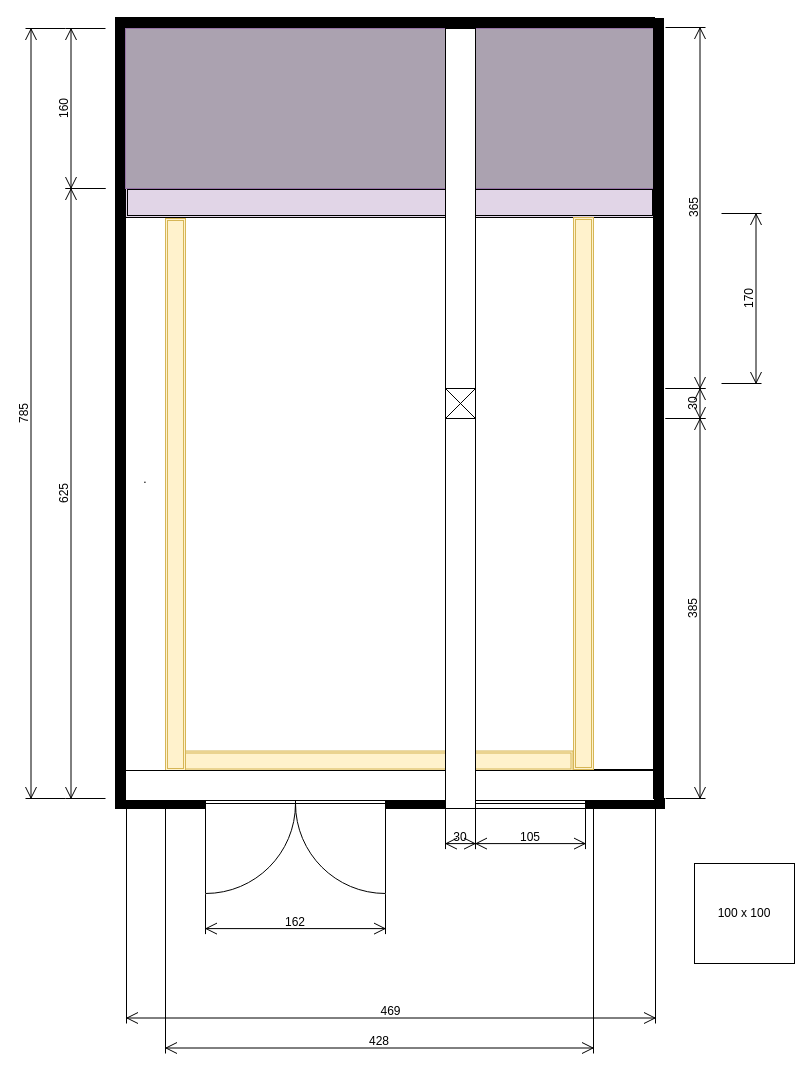
Earlier version of the draw.io diagram atelier.drawio (fckff/drawio). Source tidied: cells renumbered, new cells numbered last; positions are measured from the earlier drawing's top-left corner, leaving out a move shared by most shapes. Both pictures are drawn from the tidied source at 100%, with x=0, y=0 at pixel (25, 17).
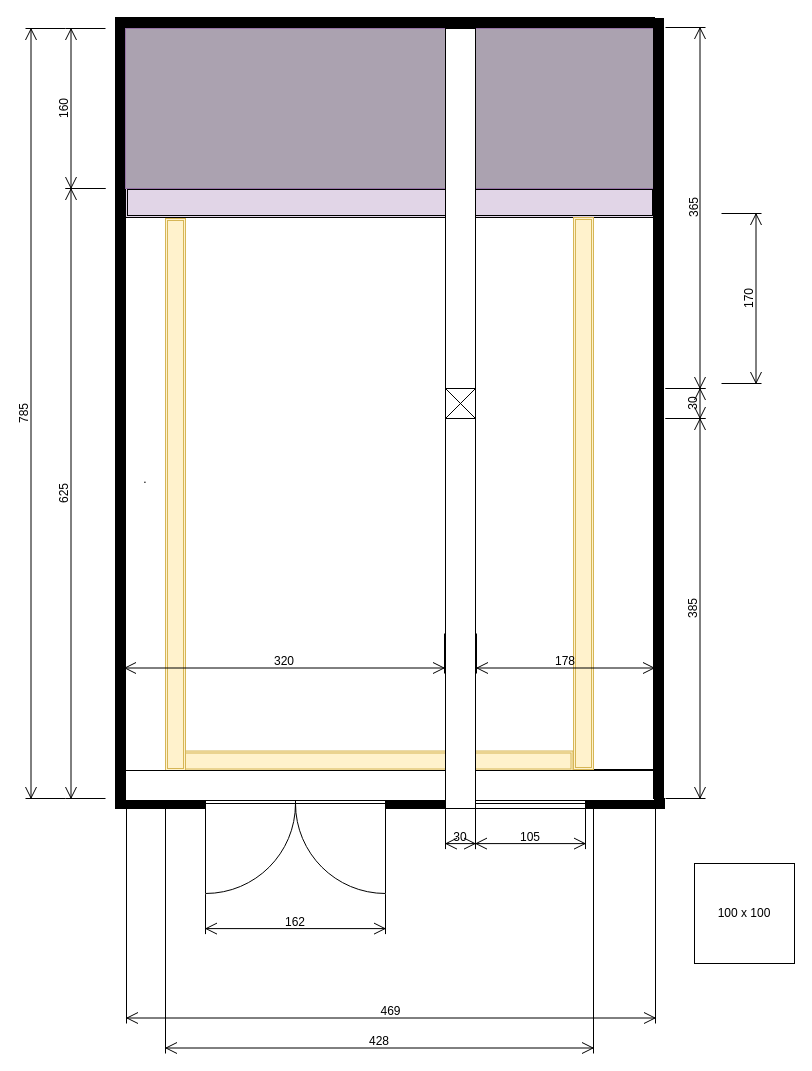
Above is the later version.

Change to the diagram source:
```diff
@@
+    <mxCell id="34" value="320" style="shape=dimension;whiteSpace=wrap;html=1;align=center;verticalAlign=bottom;spacingBottom=3;labelBackgroundColor=none;" parent="1" vertex="1">
+      <mxGeometry x="99" y="616" width="320" height="40" as="geometry" />
+    </mxCell>
+    <mxCell id="35" value="178" style="shape=dimension;whiteSpace=wrap;html=1;align=center;verticalAlign=bottom;spacingBottom=3;labelBackgroundColor=none;" parent="1" vertex="1">
+      <mxGeometry x="451" y="616" width="178" height="40" as="geometry" />
+    </mxCell>
```
